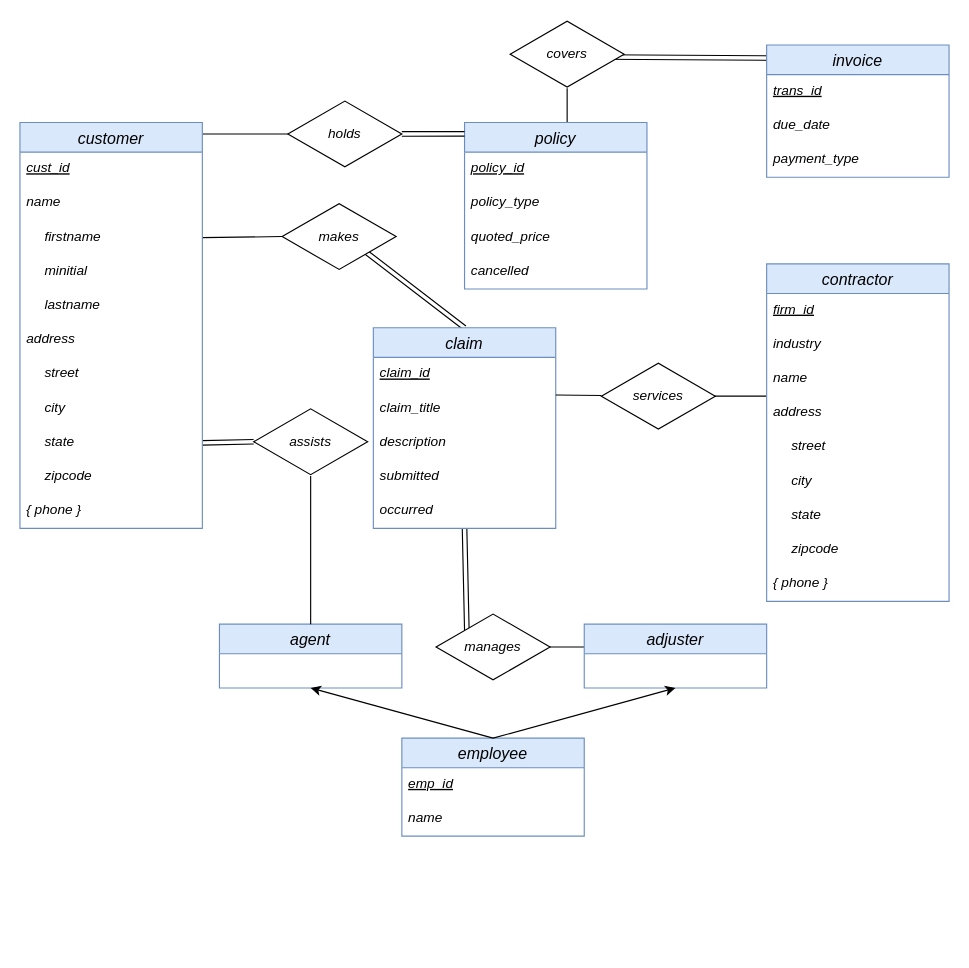
This is ER_Diagram/DrawIO/Asadoorian_ERD.drawio from ema323-lehigh/county-garden, a draw.io file, before an edit. Source tidied: cells renumbered, new cells numbered last; positions are measured from the earlier drawing's top-left corner, leaving out a move shared by most shapes. Both pictures are drawn from the tidied source at 114%, with x=0, y=0 at pixel (19, 19).
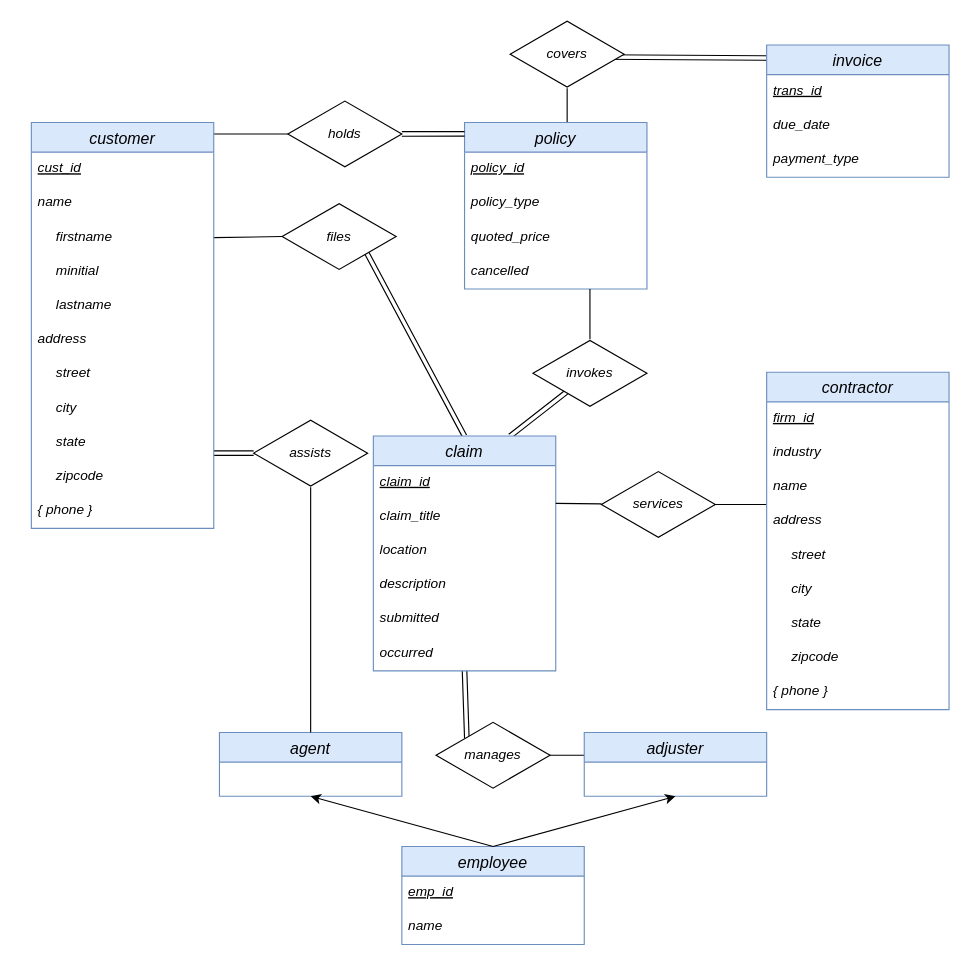
The same page after the edit.

Commit message (it also covers changes not shown here):
Tweak some minor details

Unchanged cells that the change refers to:
```xml
<mxCell id="48" value="state" style="text;strokeColor=none;fillColor=none;spacingLeft=20;spacingRight=4;overflow=hidden;points=[[0,0.5],[1,0.5]];portConstraint=eastwest;fontSize=12;fontStyle=2;" parent="39" vertex="1">
  <mxGeometry y="266" width="160" height="30" as="geometry" />
</mxCell>
```

What changed in the source:
```diff
@@
+    <mxCell id="64" style="shape=link;html=1;entryX=0.3;entryY=0.767;entryDx=0;entryDy=0;entryPerimeter=0;exitX=0.75;exitY=0;exitDx=0;exitDy=0;" parent="1" edge="1" source="29" target="66">
+      <mxGeometry relative="1" as="geometry" />
+    </mxCell>
@@
     <mxCell id="4" style="endArrow=none;html=1;exitX=0.98;exitY=0.5;exitDx=0;exitDy=0;exitPerimeter=0;" parent="1" edge="1" source="38">
       <mxGeometry relative="1" as="geometry">
-        <mxPoint x="495" y="550" as="targetPoint" />
+        <mxPoint x="495" y="645" as="targetPoint" />
       </mxGeometry>
     </mxCell>
-    <mxCell id="5" style="shape=link;html=1;entryX=0;entryY=0.5;entryDx=0;entryDy=0;entryPerimeter=0;exitX=1;exitY=0.5;exitDx=0;exitDy=0;" parent="1" edge="1" source="48" target="14">
-      <mxGeometry relative="1" as="geometry" />
+    <mxCell id="5" style="shape=link;html=1;entryX=0;entryY=0.5;entryDx=0;entryDy=0;entryPerimeter=0;" parent="1" edge="1" target="14">
+      <mxGeometry relative="1" as="geometry">
+        <mxPoint x="170" y="380" as="sourcePoint" />
+      </mxGeometry>
     </mxCell>
@@
     <mxCell id="9" value="agent" style="swimlane;fontStyle=2;horizontal=1;startSize=26;align=center;fontSize=14;fillColor=#dae8fc;strokeColor=#6c8ebf;" parent="1" vertex="1">
-      <mxGeometry x="175" y="530" width="160" height="56" as="geometry" />
+      <mxGeometry x="175" y="625" width="160" height="56" as="geometry" />
     </mxCell>
     <mxCell id="10" value="employee" style="swimlane;fontStyle=2;horizontal=1;startSize=26;align=center;fontSize=14;fillColor=#dae8fc;strokeColor=#6c8ebf;" parent="1" vertex="1">
-      <mxGeometry x="335" y="630" width="160" height="86" as="geometry" />
+      <mxGeometry x="335" y="725" width="160" height="86" as="geometry" />
     </mxCell>
@@
     <mxCell id="13" value="adjuster" style="swimlane;fontStyle=2;horizontal=1;startSize=26;align=center;fontSize=14;fillColor=#dae8fc;strokeColor=#6c8ebf;" parent="1" vertex="1">
-      <mxGeometry x="495" y="530" width="160" height="56" as="geometry" />
+      <mxGeometry x="495" y="625" width="160" height="56" as="geometry" />
     </mxCell>
     <mxCell id="14" value="&lt;i&gt;assists&lt;/i&gt;" style="html=1;whiteSpace=wrap;shape=isoRectangle;" parent="1" vertex="1">
-      <mxGeometry x="205" y="340" width="100" height="60" as="geometry" />
+      <mxGeometry x="205" y="350" width="100" height="60" as="geometry" />
     </mxCell>
@@
     <mxCell id="16" style="endArrow=classic;html=1;entryX=0.5;entryY=1;entryDx=0;entryDy=0;" parent="1" edge="1" target="9">
       <mxGeometry relative="1" as="geometry">
-        <mxPoint x="415" y="630" as="sourcePoint" />
+        <mxPoint x="415" y="725" as="sourcePoint" />
       </mxGeometry>
     </mxCell>
@@
     <mxCell id="29" value="claim" style="swimlane;fontStyle=2;horizontal=1;startSize=26;align=center;fontSize=14;fillColor=#dae8fc;strokeColor=#6c8ebf;" parent="1" vertex="1">
-      <mxGeometry x="310" y="270" width="160" height="176" as="geometry" />
+      <mxGeometry x="310" y="365" width="160" height="206" as="geometry" />
     </mxCell>
@@
+    <mxCell id="65" value="location" style="text;strokeColor=none;fillColor=none;spacingLeft=4;spacingRight=4;overflow=hidden;fontSize=12;fontStyle=2;" parent="29" vertex="1">
+      <mxGeometry y="86" width="160" height="30" as="geometry" />
+    </mxCell>
     <mxCell id="32" value="description" style="text;strokeColor=none;fillColor=none;spacingLeft=4;spacingRight=4;overflow=hidden;fontSize=12;fontStyle=2;" parent="29" vertex="1">
-      <mxGeometry y="86" width="160" height="30" as="geometry" />
+      <mxGeometry y="116" width="160" height="30" as="geometry" />
     </mxCell>
     <mxCell id="33" value="submitted" style="text;strokeColor=none;fillColor=none;spacingLeft=4;spacingRight=4;overflow=hidden;fontSize=12;fontStyle=2;" parent="29" vertex="1">
-      <mxGeometry y="116" width="160" height="30" as="geometry" />
+      <mxGeometry y="146" width="160" height="30" as="geometry" />
     </mxCell>
     <mxCell id="34" value="occurred" style="text;strokeColor=none;fillColor=none;spacingLeft=4;spacingRight=4;overflow=hidden;fontSize=12;fontStyle=2;" parent="29" vertex="1">
-      <mxGeometry y="146" width="160" height="30" as="geometry" />
+      <mxGeometry y="176" width="160" height="30" as="geometry" />
     </mxCell>
-    <mxCell id="35" value="&lt;i&gt;makes&lt;/i&gt;" style="html=1;whiteSpace=wrap;shape=isoRectangle;" parent="1" vertex="1">
+    <mxCell id="35" value="&lt;i&gt;files&lt;/i&gt;" style="html=1;whiteSpace=wrap;shape=isoRectangle;" parent="1" vertex="1">
       <mxGeometry x="230" y="160" width="100" height="60" as="geometry" />
     </mxCell>
@@
     <mxCell id="38" value="&lt;i&gt;manages&lt;/i&gt;" style="html=1;whiteSpace=wrap;shape=isoRectangle;" parent="1" vertex="1">
-      <mxGeometry x="365" y="520" width="100" height="60" as="geometry" />
+      <mxGeometry x="365" y="615" width="100" height="60" as="geometry" />
     </mxCell>
     <mxCell id="39" value="customer" style="swimlane;fontStyle=2;horizontal=1;startSize=26;align=center;fontSize=14;fillColor=#dae8fc;strokeColor=#6c8ebf;" parent="1" vertex="1">
-      <mxGeometry y="90" width="160" height="356" as="geometry" />
+      <mxGeometry x="10" y="90" width="160" height="356" as="geometry" />
     </mxCell>
@@
     <mxCell id="51" value="contractor" style="swimlane;fontStyle=2;horizontal=1;startSize=26;align=center;fontSize=14;fillColor=#dae8fc;strokeColor=#6c8ebf;" parent="1" vertex="1">
-      <mxGeometry x="655" y="214" width="160" height="296" as="geometry" />
+      <mxGeometry x="655" y="309" width="160" height="296" as="geometry" />
     </mxCell>
@@
     <mxCell id="61" value="&lt;i&gt;services&lt;/i&gt;" style="html=1;whiteSpace=wrap;shape=isoRectangle;" parent="1" vertex="1">
-      <mxGeometry x="510" y="300" width="100" height="60" as="geometry" />
+      <mxGeometry x="510" y="395" width="100" height="60" as="geometry" />
     </mxCell>
     <mxCell id="62" style="endArrow=none;html=1;" parent="1" edge="1" target="61">
       <mxGeometry relative="1" as="geometry">
-        <mxPoint x="470" y="329" as="sourcePoint" />
+        <mxPoint x="470" y="424" as="sourcePoint" />
       </mxGeometry>
     </mxCell>
@@
+    <mxCell id="66" value="&lt;i&gt;invokes&lt;/i&gt;" style="html=1;whiteSpace=wrap;shape=isoRectangle;" parent="1" vertex="1">
+      <mxGeometry x="450" y="280" width="100" height="60" as="geometry" />
+    </mxCell>
+    <mxCell id="67" style="endArrow=none;html=1;exitX=0.5;exitY=0;exitDx=0;exitDy=0;exitPerimeter=0;" parent="1" edge="1" source="66">
+      <mxGeometry relative="1" as="geometry">
+        <mxPoint x="500" y="236" as="targetPoint" />
+      </mxGeometry>
+    </mxCell>
```
